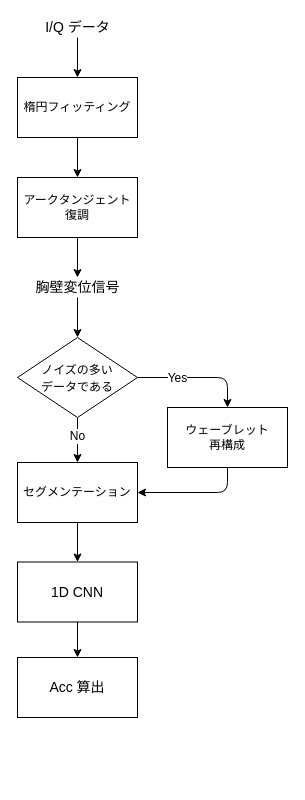
Earlier version of the draw.io diagram bachelor_thesis/fig/proposed_method.drawio (gondow86/latex). Source tidied: cells renumbered, new cells numbered last; positions are measured from the earlier drawing's top-left corner, leaving out a move shared by most shapes. Both pictures are drawn from the tidied source at 100%, with x=0, y=0 at pixel (17, 17).
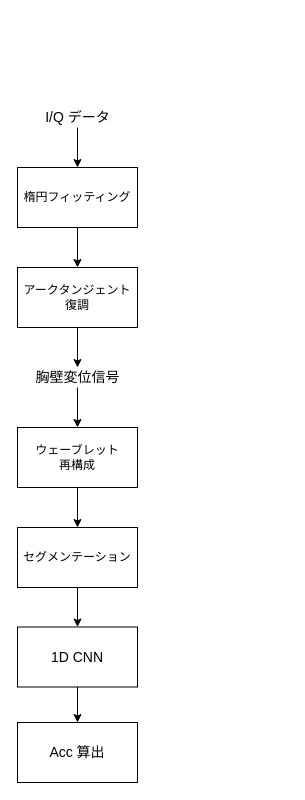
Above is the later version.

Change to the diagram source:
```diff
@@
     <mxCell id="2" style="edgeStyle=none;html=1;" parent="1" edge="1" target="4">
       <mxGeometry relative="1" as="geometry">
-        <mxPoint x="60" y="20" as="sourcePoint" />
+        <mxPoint x="60" y="110" as="sourcePoint" />
       </mxGeometry>
     </mxCell>
@@
     <mxCell id="4" value="楕円フィッティング" style="rounded=0;whiteSpace=wrap;html=1;" parent="1" vertex="1">
-      <mxGeometry y="60" width="120" height="60" as="geometry" />
+      <mxGeometry y="150" width="120" height="60" as="geometry" />
     </mxCell>
     <mxCell id="5" style="edgeStyle=none;html=1;" parent="1" edge="1" source="6">
       <mxGeometry relative="1" as="geometry">
-        <mxPoint x="60" y="260" as="targetPoint" />
+        <mxPoint x="60" y="350" as="targetPoint" />
       </mxGeometry>
     </mxCell>
     <mxCell id="6" value="アークタンジェント復調" style="rounded=0;whiteSpace=wrap;html=1;" parent="1" vertex="1">
-      <mxGeometry y="160" width="120" height="60" as="geometry" />
+      <mxGeometry y="250" width="120" height="60" as="geometry" />
     </mxCell>
     <mxCell id="7" value="&lt;font style=&quot;font-size: 14px&quot;&gt;I/Q データ&lt;/font&gt;" style="text;html=1;align=center;verticalAlign=middle;strokeColor=none;fillColor=none;" parent="1" vertex="1">
-      <mxGeometry x="20" width="80" height="20" as="geometry" />
+      <mxGeometry x="20" y="90" width="80" height="20" as="geometry" />
     </mxCell>
-    <mxCell id="8" style="edgeStyle=orthogonalEdgeStyle;sketch=0;html=1;fontSize=14;" parent="1" edge="1" source="9" target="21">
-      <mxGeometry relative="1" as="geometry" />
-    </mxCell>
+    <mxCell id="22" style="edgeStyle=orthogonalEdgeStyle;rounded=0;jettySize=auto;html=1;" parent="1" edge="1" source="9" target="11">
+      <mxGeometry relative="1" as="geometry" />
+    </mxCell>
     <mxCell id="9" value="&lt;font style=&quot;font-size: 14px&quot;&gt;胸壁変位信号&lt;/font&gt;" style="text;html=1;align=center;verticalAlign=middle;points=[];strokeColor=none;fillColor=none;" parent="1" vertex="1">
-      <mxGeometry x="10" y="260" width="100" height="20" as="geometry" />
+      <mxGeometry x="10" y="350" width="100" height="20" as="geometry" />
     </mxCell>
-    <mxCell id="10" style="edgeStyle=orthogonalEdgeStyle;sketch=0;html=1;fontSize=12;entryX=1;entryY=0.5;entryDx=0;entryDy=0;" parent="1" edge="1" source="11" target="13">
-      <mxGeometry relative="1" as="geometry">
-        <Array as="points">
-          <mxPoint x="210" y="475" />
-          <mxPoint x="120" y="475" />
-        </Array>
-      </mxGeometry>
+    <mxCell id="10" style="edgeStyle=none;html=1;exitX=0.5;exitY=1;exitDx=0;exitDy=0;entryX=0.5;entryY=0;entryDx=0;entryDy=0;" parent="1" edge="1" source="11" target="13">
+      <mxGeometry relative="1" as="geometry" />
     </mxCell>
     <mxCell id="11" value="ウェーブレット&lt;br&gt;再構成" style="whiteSpace=wrap;html=1;" parent="1" vertex="1">
-      <mxGeometry x="150" y="390" width="120" height="60" as="geometry" />
+      <mxGeometry y="410" width="120" height="60" as="geometry" />
     </mxCell>
-    <mxCell id="12" style="edgeStyle=orthogonalEdgeStyle;sketch=0;html=1;fontSize=14;" parent="1" edge="1" source="13" target="15">
-      <mxGeometry relative="1" as="geometry" />
-    </mxCell>
+    <mxCell id="18" style="edgeStyle=orthogonalEdgeStyle;sketch=0;html=1;fontSize=14;" parent="1" edge="1" source="13" target="15">
+      <mxGeometry relative="1" as="geometry" />
+    </mxCell>
     <mxCell id="13" value="セグメンテーション" style="whiteSpace=wrap;html=1;" parent="1" vertex="1">
-      <mxGeometry y="445" width="120" height="60" as="geometry" />
+      <mxGeometry y="510" width="120" height="60" as="geometry" />
     </mxCell>
@@
     <mxCell id="15" value="1D CNN" style="whiteSpace=wrap;html=1;fontSize=14;" parent="1" vertex="1">
-      <mxGeometry y="544.5" width="120" height="60" as="geometry" />
+      <mxGeometry y="609.5" width="120" height="60" as="geometry" />
     </mxCell>
     <mxCell id="16" value="Acc 算出" style="whiteSpace=wrap;html=1;fontSize=14;" parent="1" vertex="1">
-      <mxGeometry y="640" width="120" height="60" as="geometry" />
+      <mxGeometry y="705" width="120" height="60" as="geometry" />
     </mxCell>
-    <mxCell id="17" style="edgeStyle=orthogonalEdgeStyle;sketch=0;html=1;fontSize=12;" parent="1" edge="1" source="21" target="13">
-      <mxGeometry relative="1" as="geometry" />
-    </mxCell>
-    <mxCell id="18" value="No" style="edgeLabel;html=1;align=center;verticalAlign=middle;fontSize=12;" parent="17" vertex="1">
-      <mxGeometry x="-0.21" y="-1" relative="1" as="geometry" />
-    </mxCell>
-    <mxCell id="19" style="edgeStyle=orthogonalEdgeStyle;sketch=0;html=1;fontSize=12;entryX=0.5;entryY=0;entryDx=0;entryDy=0;" parent="1" edge="1" source="21" target="11">
-      <mxGeometry relative="1" as="geometry" />
-    </mxCell>
-    <mxCell id="20" value="Yes" style="edgeLabel;html=1;align=center;verticalAlign=middle;fontSize=12;" parent="19" vertex="1">
-      <mxGeometry x="0.02" relative="1" as="geometry">
-        <mxPoint x="-22" as="offset" />
-      </mxGeometry>
-    </mxCell>
-    <mxCell id="21" value="&lt;font style=&quot;font-size: 12px&quot;&gt;ノイズの多い&lt;br&gt;データである&lt;/font&gt;" style="rhombus;whiteSpace=wrap;html=1;fontSize=14;" parent="1" vertex="1">
-      <mxGeometry y="320" width="120" height="80" as="geometry" />
-    </mxCell>
```
